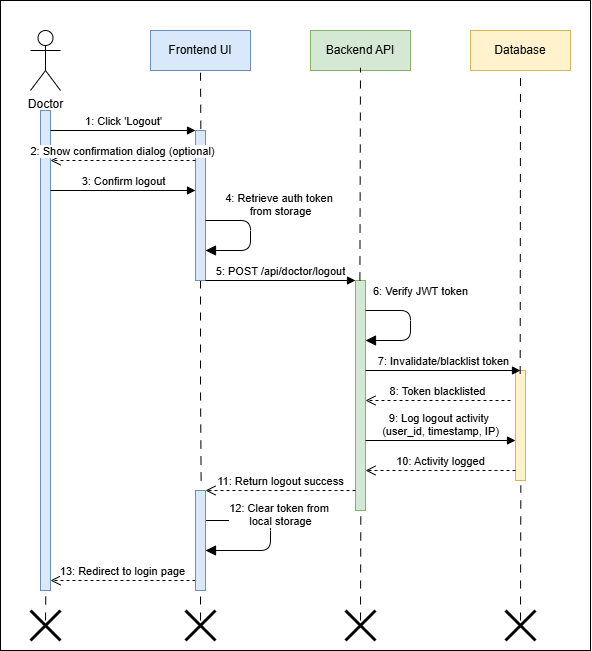
Before: InProgress/Sequence Diagram/Branch Admin/Logout/Logout-Diagram.png, a diagram exported from draw.io (shah541-g/Fyp-Diagrams). Source tidied: cells renumbered, new cells last; positions are measured from the earlier drawing's top-left corner, leaving out a move shared by most shapes.
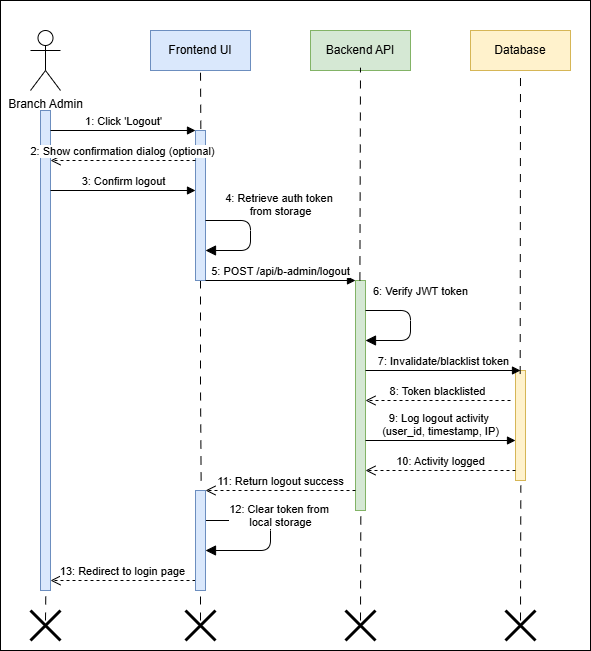
Above is the later version.

Diff of the diagram source:
```diff
@@ -5,7 +5,7 @@
     <mxCell id="2" style="rounded=0;whiteSpace=wrap;html=1;" parent="1" vertex="1">
       <mxGeometry width="590" height="650" as="geometry" />
     </mxCell>
-    <mxCell id="3" value="Doctor" style="shape=umlActor;verticalLabelPosition=bottom;verticalAlign=top;html=1;" parent="1" vertex="1">
+    <mxCell id="3" value="Branch Admin" style="shape=umlActor;verticalLabelPosition=bottom;verticalAlign=top;html=1;" parent="1" vertex="1">
       <mxGeometry x="30" y="30" width="30" height="60" as="geometry" />
     </mxCell>
     <mxCell id="4" style="html=1;points=[];perimeter=orthogonalPerimeter;fillColor=#dae8fc;strokeColor=#6c8ebf;" parent="1" vertex="1">
@@ -60,7 +60,7 @@
         </Array>
       </mxGeometry>
     </mxCell>
-    <mxCell id="16" value="5: POST /api/doctor/logout" style="html=1;verticalAlign=bottom;endArrow=block;" parent="1" edge="1">
+    <mxCell id="16" value="5: POST /api/b-admin/logout" style="html=1;verticalAlign=bottom;endArrow=block;" parent="1" edge="1">
       <mxGeometry relative="1" as="geometry">
         <mxPoint x="205" y="280" as="sourcePoint" />
         <mxPoint x="355" y="280" as="targetPoint" />
```
